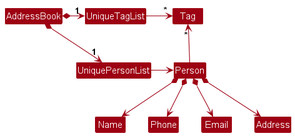
nus-cs2103-AY2425S1/tp keeps this PlantUML diagram as docs/images/BetterModelClassDiagram.png. Above is the earlier version.
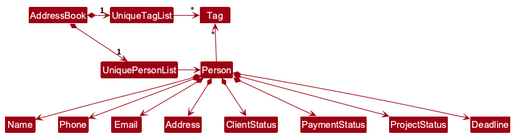
The same diagram one commit later.

Commit message:
Improve Deadline logging and documentation

The edit, as a diff of the source:
```diff
@@ -18,4 +18,8 @@
 Person *--> Phone
 Person *--> Email
 Person *--> Address
+Person *--> ClientStatus
+Person *--> PaymentStatus
+Person *--> ProjectStatus
+Person *--> Deadline
 @enduml
```
